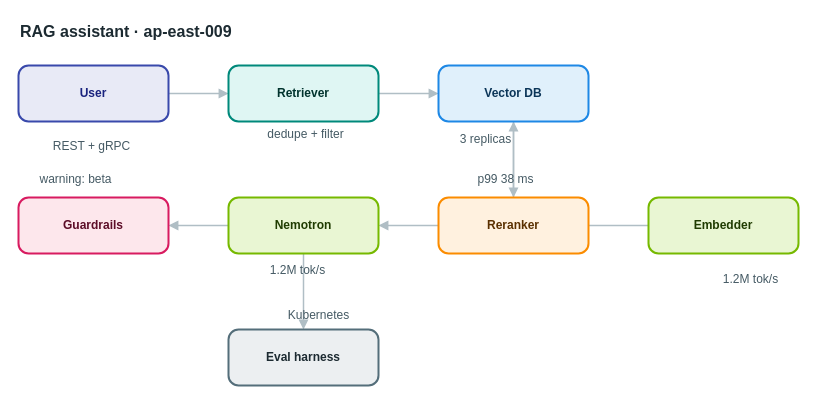
Before: apps/web/public/samples/library/009-rag-assistant.drawio in AryanG01/open-apprentice, a draw.io diagram. Source tidied: cells renumbered, new cells numbered last; positions are measured from the earlier drawing's top-left corner, leaving out a move shared by most shapes. Both pictures are drawn from the tidied source at 100%, with x=0, y=0 at pixel (18, 17).
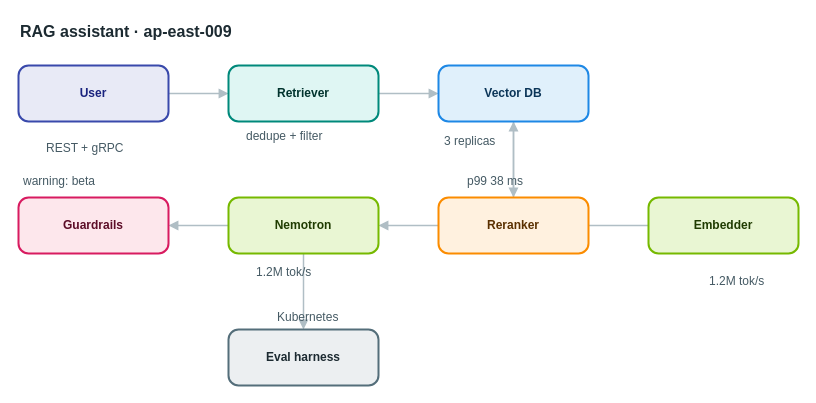
The same diagram, later.

Diff of the diagram source:
```diff
@@
-    <mxCell id="18" value="REST + gRPC" style="text;html=1;align=center;verticalAlign=middle;whiteSpace=nowrap;strokeColor=none;fillColor=none;fontSize=12;fontColor=#455a64;" parent="1" vertex="1">
+    <mxCell id="18" value="REST + gRPC" style="text;html=1;align=left;verticalAlign=top;whiteSpace=nowrap;spacing=0;spacingTop=0;strokeColor=none;fillColor=none;fontSize=12;fontColor=#455a64;" parent="1" vertex="1">
       <mxGeometry x="28" y="119" width="89" height="20" as="geometry" />
     </mxCell>
-    <mxCell id="19" value="dedupe + filter" style="text;html=1;align=center;verticalAlign=middle;whiteSpace=nowrap;strokeColor=none;fillColor=none;fontSize=12;fontColor=#455a64;" parent="1" vertex="1">
+    <mxCell id="19" value="dedupe + filter" style="text;html=1;align=left;verticalAlign=top;whiteSpace=nowrap;spacing=0;spacingTop=0;strokeColor=none;fillColor=none;fontSize=12;fontColor=#455a64;" parent="1" vertex="1">
       <mxGeometry x="228" y="107" width="117" height="20" as="geometry" />
     </mxCell>
-    <mxCell id="20" value="3 replicas" style="text;html=1;align=center;verticalAlign=middle;whiteSpace=nowrap;strokeColor=none;fillColor=none;fontSize=12;fontColor=#455a64;" parent="1" vertex="1">
+    <mxCell id="20" value="3 replicas" style="text;html=1;align=left;verticalAlign=top;whiteSpace=nowrap;spacing=0;spacingTop=0;strokeColor=none;fillColor=none;fontSize=12;fontColor=#455a64;" parent="1" vertex="1">
       <mxGeometry x="426" y="112" width="82" height="20" as="geometry" />
     </mxCell>
-    <mxCell id="21" value="p99 38 ms" style="text;html=1;align=center;verticalAlign=middle;whiteSpace=nowrap;strokeColor=none;fillColor=none;fontSize=12;fontColor=#455a64;" parent="1" vertex="1">
+    <mxCell id="21" value="p99 38 ms" style="text;html=1;align=left;verticalAlign=top;whiteSpace=nowrap;spacing=0;spacingTop=0;strokeColor=none;fillColor=none;fontSize=12;fontColor=#455a64;" parent="1" vertex="1">
       <mxGeometry x="449" y="152" width="75" height="20" as="geometry" />
     </mxCell>
-    <mxCell id="22" value="1.2M tok/s" style="text;html=1;align=center;verticalAlign=middle;whiteSpace=nowrap;strokeColor=none;fillColor=none;fontSize=12;fontColor=#455a64;" parent="1" vertex="1">
+    <mxCell id="22" value="1.2M tok/s" style="text;html=1;align=left;verticalAlign=top;whiteSpace=nowrap;spacing=0;spacingTop=0;strokeColor=none;fillColor=none;fontSize=12;fontColor=#455a64;" parent="1" vertex="1">
       <mxGeometry x="238" y="243" width="82" height="20" as="geometry" />
     </mxCell>
-    <mxCell id="23" value="warning: beta" style="text;html=1;align=center;verticalAlign=middle;whiteSpace=nowrap;strokeColor=none;fillColor=none;fontSize=12;fontColor=#455a64;" parent="1" vertex="1">
+    <mxCell id="23" value="warning: beta" style="text;html=1;align=left;verticalAlign=top;whiteSpace=nowrap;spacing=0;spacingTop=0;strokeColor=none;fillColor=none;fontSize=12;fontColor=#455a64;" parent="1" vertex="1">
       <mxGeometry x="5" y="152" width="103" height="20" as="geometry" />
     </mxCell>
-    <mxCell id="24" value="1.2M tok/s" style="text;html=1;align=center;verticalAlign=middle;whiteSpace=nowrap;strokeColor=none;fillColor=none;fontSize=12;fontColor=#455a64;" parent="1" vertex="1">
+    <mxCell id="24" value="1.2M tok/s" style="text;html=1;align=left;verticalAlign=top;whiteSpace=nowrap;spacing=0;spacingTop=0;strokeColor=none;fillColor=none;fontSize=12;fontColor=#455a64;" parent="1" vertex="1">
       <mxGeometry x="691" y="252" width="82" height="20" as="geometry" />
     </mxCell>
-    <mxCell id="25" value="Kubernetes" style="text;html=1;align=center;verticalAlign=middle;whiteSpace=nowrap;strokeColor=none;fillColor=none;fontSize=12;fontColor=#455a64;" parent="1" vertex="1">
+    <mxCell id="25" value="Kubernetes" style="text;html=1;align=left;verticalAlign=top;whiteSpace=nowrap;spacing=0;spacingTop=0;strokeColor=none;fillColor=none;fontSize=12;fontColor=#455a64;" parent="1" vertex="1">
       <mxGeometry x="259" y="288" width="82" height="20" as="geometry" />
     </mxCell>
```
